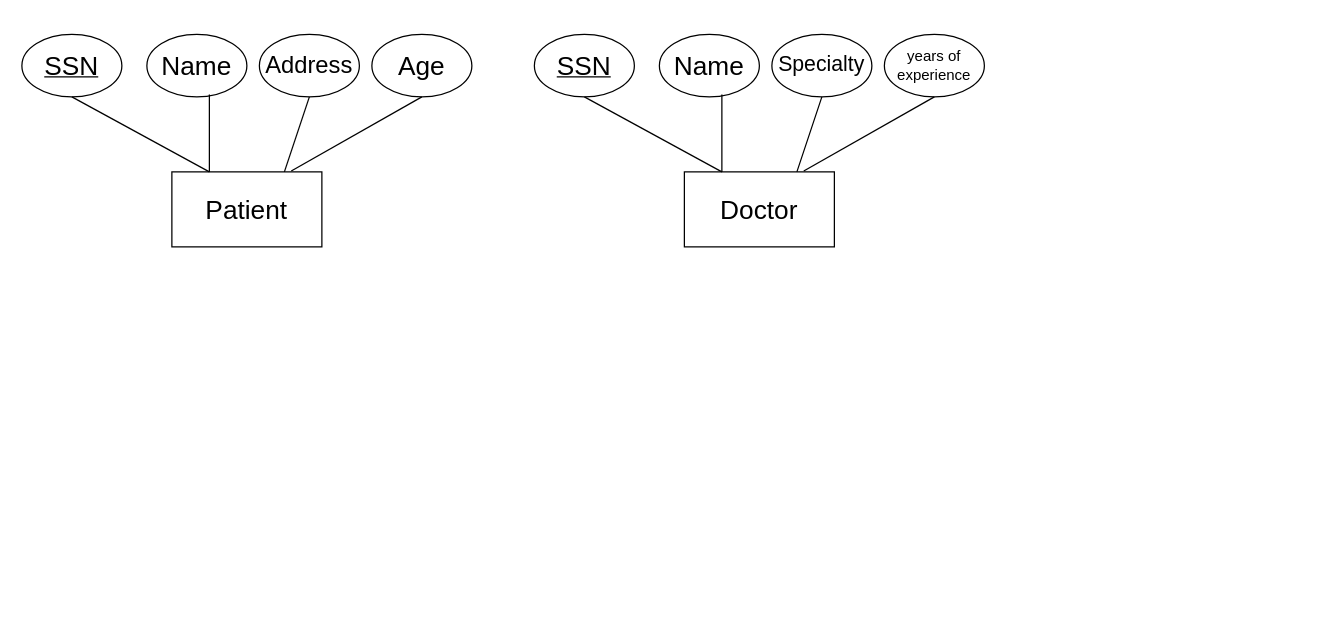
The draw.io diagram page "Page-1" (1 of 3) of HW1Database.drawio in IgorBCode/cv, before the edit. Source tidied: cells renumbered, new cells numbered last; positions are measured from the earlier drawing's top-left corner, leaving out a move shared by most shapes. Both pictures are drawn from the tidied source at 125%, with x=0, y=0 at pixel (21, 34).
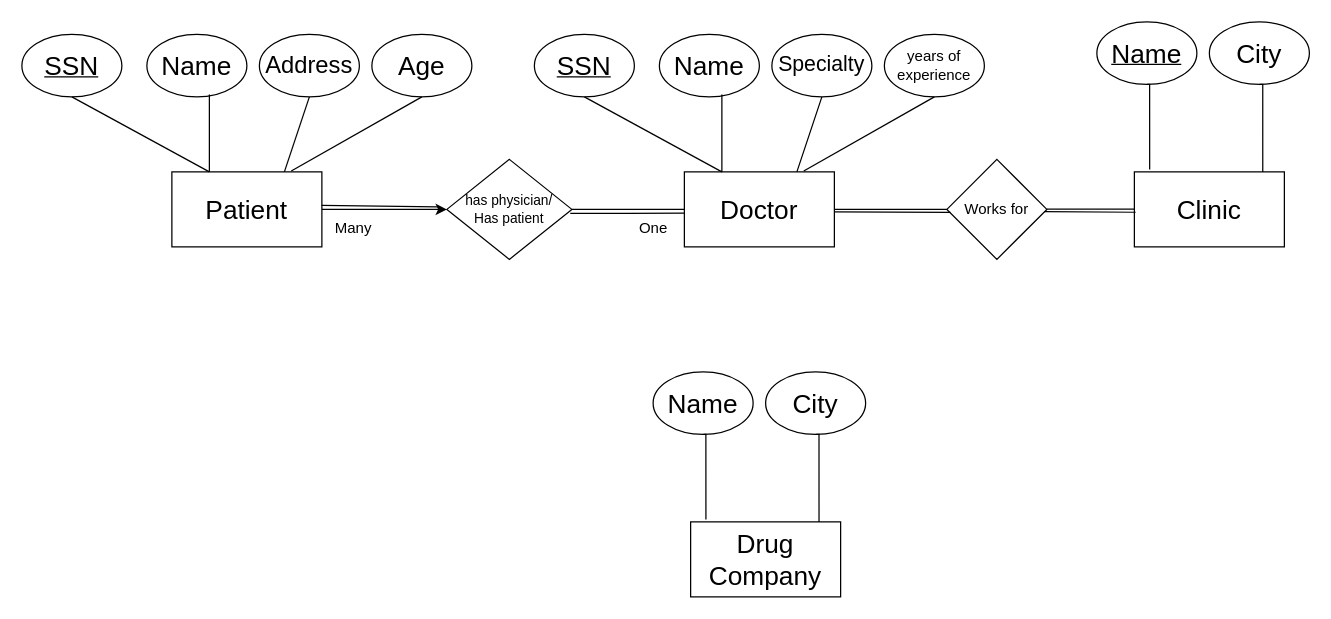
The same diagram, later.

The change refers to these unchanged cells:
```xml
<mxCell id="2" value="&lt;font style=&quot;font-size: 21px;&quot;&gt;Patient&lt;/font&gt;" style="rounded=0;whiteSpace=wrap;html=1;" parent="1" vertex="1">
  <mxGeometry x="120" y="110" width="120" height="60" as="geometry" />
</mxCell>
<mxCell id="11" value="&lt;font style=&quot;font-size: 21px;&quot;&gt;Doctor&lt;/font&gt;" style="rounded=0;whiteSpace=wrap;html=1;" parent="1" vertex="1">
  <mxGeometry x="530" y="110" width="120" height="60" as="geometry" />
</mxCell>
```

Diff of the diagram source:
```diff
@@
+    <mxCell id="20" style="edgeStyle=orthogonalEdgeStyle;rounded=0;jettySize=auto;html=1;exitX=1;exitY=0.5;exitDx=0;exitDy=0;entryX=0;entryY=0.5;entryDx=0;entryDy=0;" parent="1" edge="1" source="2" target="27">
+      <mxGeometry relative="1" as="geometry" />
+    </mxCell>
@@
+    <mxCell id="21" value="&lt;font style=&quot;font-size: 21px;&quot;&gt;Clinic&lt;/font&gt;" style="rounded=0;whiteSpace=wrap;html=1;" parent="1" vertex="1">
+      <mxGeometry x="890" y="110" width="120" height="60" as="geometry" />
+    </mxCell>
+    <mxCell id="22" value="&lt;u&gt;&lt;font style=&quot;font-size: 21px;&quot;&gt;Name&lt;/font&gt;&lt;/u&gt;" style="ellipse;whiteSpace=wrap;html=1;" parent="1" vertex="1">
+      <mxGeometry x="860" y="-10" width="80" height="50" as="geometry" />
+    </mxCell>
+    <mxCell id="23" style="edgeStyle=orthogonalEdgeStyle;rounded=0;jettySize=auto;html=1;exitX=0.102;exitY=-0.031;exitDx=0;exitDy=0;entryX=0.5;entryY=1;entryDx=0;entryDy=0;strokeColor=default;endArrow=none;endFill=0;exitPerimeter=0;" parent="1" edge="1" source="21" target="22">
+      <mxGeometry relative="1" as="geometry">
+        <Array as="points">
+          <mxPoint x="902" y="40" />
+        </Array>
+      </mxGeometry>
+    </mxCell>
+    <mxCell id="24" value="&lt;font style=&quot;font-size: 21px;&quot;&gt;City&lt;/font&gt;" style="ellipse;whiteSpace=wrap;html=1;" parent="1" vertex="1">
+      <mxGeometry x="950" y="-10" width="80" height="50" as="geometry" />
+    </mxCell>
+    <mxCell id="25" style="edgeStyle=orthogonalEdgeStyle;rounded=0;jettySize=auto;html=1;exitX=0.856;exitY=0.001;exitDx=0;exitDy=0;entryX=0.5;entryY=1;entryDx=0;entryDy=0;strokeColor=default;endArrow=none;endFill=0;exitPerimeter=0;" parent="1" edge="1" source="21" target="24">
+      <mxGeometry relative="1" as="geometry">
+        <Array as="points">
+          <mxPoint x="993" y="40" />
+        </Array>
+      </mxGeometry>
+    </mxCell>
+    <mxCell id="26" style="edgeStyle=orthogonalEdgeStyle;rounded=0;jettySize=auto;html=1;exitX=1;exitY=0.5;exitDx=0;exitDy=0;entryX=0;entryY=0.5;entryDx=0;entryDy=0;endArrow=none;endFill=0;" parent="1" edge="1" source="27" target="11">
+      <mxGeometry relative="1" as="geometry" />
+    </mxCell>
+    <mxCell id="27" value="&lt;div style=&quot;font-size: 11px;&quot;&gt;&lt;font style=&quot;font-size: 11px;&quot;&gt;has physician/&lt;/font&gt;&lt;/div&gt;&lt;div style=&quot;font-size: 11px;&quot;&gt;&lt;font style=&quot;font-size: 11px;&quot;&gt;Has patient&lt;/font&gt;&lt;/div&gt;" style="rhombus;whiteSpace=wrap;html=1;" parent="1" vertex="1">
+      <mxGeometry x="340" y="100" width="100" height="80" as="geometry" />
+    </mxCell>
+    <mxCell id="28" value="&lt;font style=&quot;font-size: 21px;&quot;&gt;Drug Company&lt;br&gt;&lt;/font&gt;" style="rounded=0;whiteSpace=wrap;html=1;" parent="1" vertex="1">
+      <mxGeometry x="535" y="390" width="120" height="60" as="geometry" />
+    </mxCell>
+    <mxCell id="29" value="&lt;font style=&quot;font-size: 21px;&quot;&gt;Name&lt;/font&gt;" style="ellipse;whiteSpace=wrap;html=1;" parent="1" vertex="1">
+      <mxGeometry x="505" y="270" width="80" height="50" as="geometry" />
+    </mxCell>
+    <mxCell id="30" style="edgeStyle=orthogonalEdgeStyle;rounded=0;jettySize=auto;html=1;exitX=0.102;exitY=-0.031;exitDx=0;exitDy=0;entryX=0.5;entryY=1;entryDx=0;entryDy=0;strokeColor=default;endArrow=none;endFill=0;exitPerimeter=0;" parent="1" edge="1" source="28" target="29">
+      <mxGeometry relative="1" as="geometry">
+        <Array as="points">
+          <mxPoint x="547" y="320" />
+        </Array>
+      </mxGeometry>
+    </mxCell>
+    <mxCell id="31" value="&lt;font style=&quot;font-size: 21px;&quot;&gt;City&lt;/font&gt;" style="ellipse;whiteSpace=wrap;html=1;" parent="1" vertex="1">
+      <mxGeometry x="595" y="270" width="80" height="50" as="geometry" />
+    </mxCell>
+    <mxCell id="32" style="edgeStyle=orthogonalEdgeStyle;rounded=0;jettySize=auto;html=1;exitX=0.856;exitY=0.001;exitDx=0;exitDy=0;entryX=0.5;entryY=1;entryDx=0;entryDy=0;strokeColor=default;endArrow=none;endFill=0;exitPerimeter=0;" parent="1" edge="1" source="28" target="31">
+      <mxGeometry relative="1" as="geometry">
+        <Array as="points">
+          <mxPoint x="638" y="320" />
+        </Array>
+      </mxGeometry>
+    </mxCell>
+    <mxCell id="33" value="Works for" style="rhombus;whiteSpace=wrap;html=1;" parent="1" vertex="1">
+      <mxGeometry x="740" y="100" width="80" height="80" as="geometry" />
+    </mxCell>
+    <mxCell id="34" style="endArrow=none;html=1;rounded=0;entryX=0;entryY=0.5;entryDx=0;entryDy=0;exitX=1;exitY=0.5;exitDx=0;exitDy=0;" parent="1" edge="1" source="11" target="33">
+      <mxGeometry relative="1" as="geometry" />
+    </mxCell>
+    <mxCell id="35" style="endArrow=none;html=1;rounded=0;exitX=1;exitY=0.5;exitDx=0;exitDy=0;" parent="1" edge="1" target="21">
+      <mxGeometry relative="1" as="geometry">
+        <mxPoint x="820" y="139.7" as="sourcePoint" />
+      </mxGeometry>
+    </mxCell>
+    <mxCell id="36" value="Many" style="text;html=1;align=center;verticalAlign=middle;strokeColor=none;fillColor=none;" parent="1" vertex="1">
+      <mxGeometry x="240" y="140" width="50" height="30" as="geometry" />
+    </mxCell>
+    <mxCell id="37" value="One" style="text;html=1;align=center;verticalAlign=middle;strokeColor=none;fillColor=none;" parent="1" vertex="1">
+      <mxGeometry x="480" y="140" width="50" height="30" as="geometry" />
+    </mxCell>
+    <mxCell id="38" style="endArrow=none;html=1;rounded=0;exitX=0.998;exitY=0.447;exitDx=0;exitDy=0;exitPerimeter=0;" parent="1" edge="1" source="2">
+      <mxGeometry relative="1" as="geometry">
+        <mxPoint x="333" y="138" as="targetPoint" />
+      </mxGeometry>
+    </mxCell>
+    <mxCell id="39" style="edgeStyle=orthogonalEdgeStyle;rounded=0;jettySize=auto;html=1;exitX=0.987;exitY=0.54;exitDx=0;exitDy=0;entryX=0;entryY=0.5;entryDx=0;entryDy=0;endArrow=none;endFill=0;exitPerimeter=0;" parent="1" edge="1" source="27">
+      <mxGeometry relative="1" as="geometry">
+        <mxPoint x="530" y="143" as="targetPoint" />
+      </mxGeometry>
+    </mxCell>
+    <mxCell id="40" style="endArrow=none;html=1;rounded=0;exitX=0.962;exitY=0.523;exitDx=0;exitDy=0;exitPerimeter=0;" parent="1" edge="1">
+      <mxGeometry relative="1" as="geometry">
+        <mxPoint x="818" y="141.8" as="sourcePoint" />
+        <mxPoint x="891" y="142.3" as="targetPoint" />
+      </mxGeometry>
+    </mxCell>
+    <mxCell id="41" style="endArrow=none;html=1;rounded=0;entryX=0.036;entryY=0.529;entryDx=0;entryDy=0;exitX=1;exitY=0.5;exitDx=0;exitDy=0;entryPerimeter=0;" parent="1" edge="1" target="33">
+      <mxGeometry relative="1" as="geometry">
+        <mxPoint x="650" y="142" as="sourcePoint" />
+      </mxGeometry>
+    </mxCell>
```
